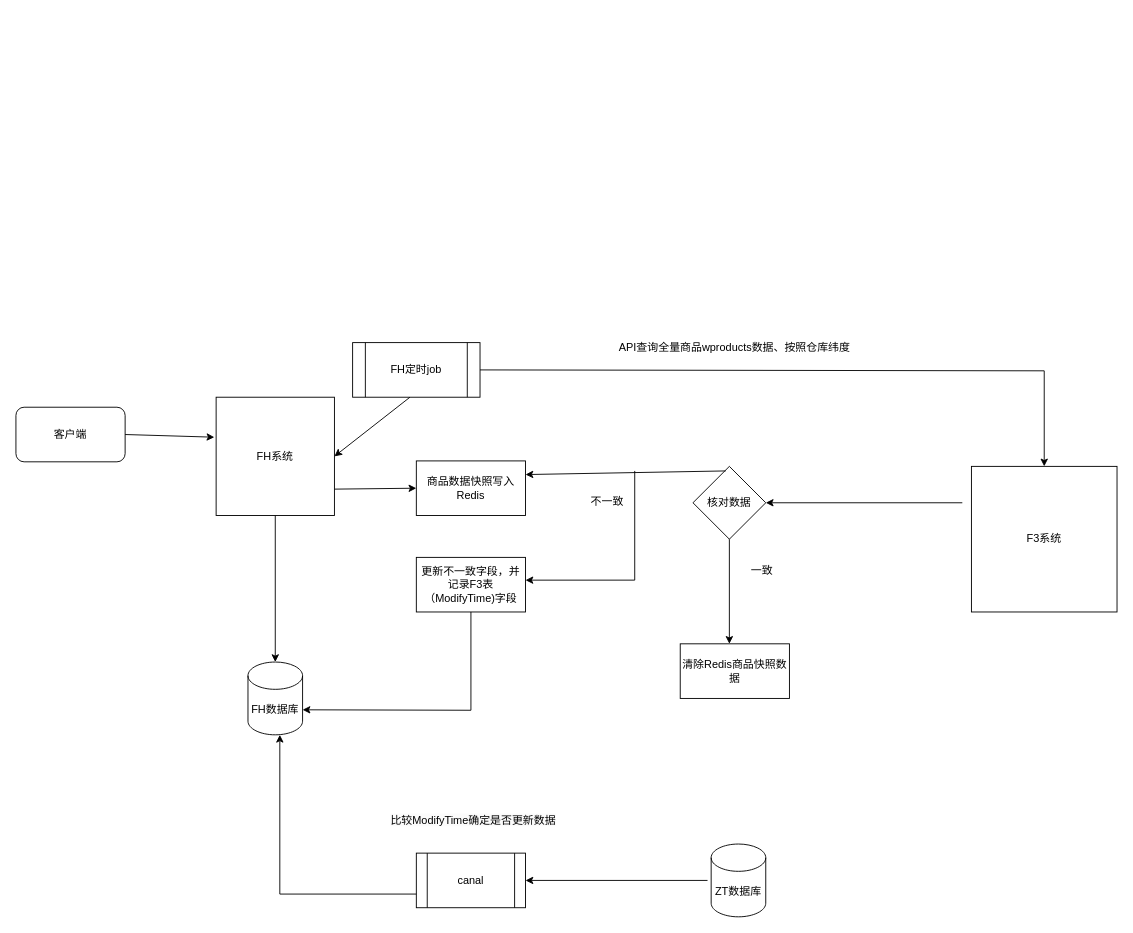
Above: SketchMap/FH校验商品基础数据.drawio in liuyunlong1229/aaa (draw.io), before the change. Source tidied: cells renumbered, new cells numbered last; positions are measured from the earlier drawing's top-left corner, leaving out a move shared by most shapes. Both pictures are drawn from the tidied source at 91%, with x=0, y=0 at pixel (15, 334).
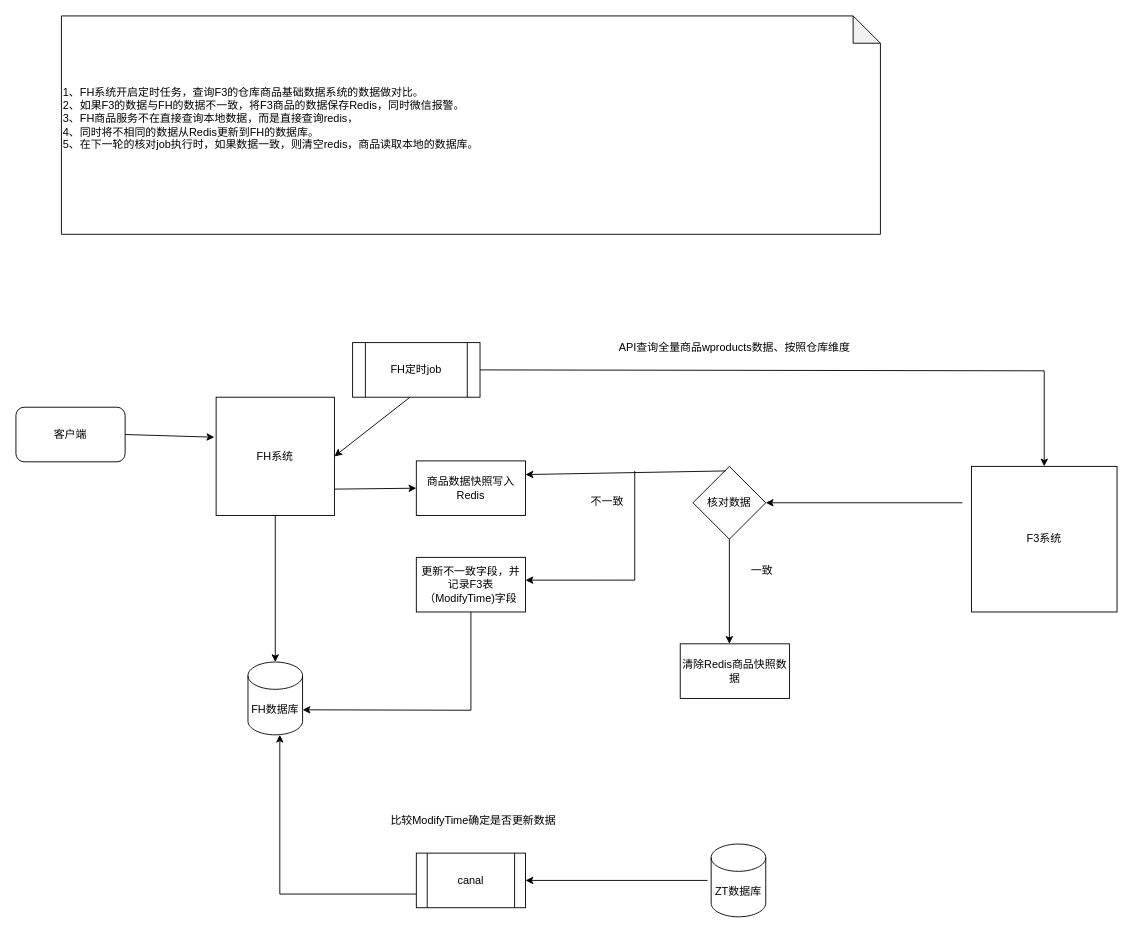
After the change.

Commit message (it also covers changes not shown here):
更新FH校验商品基础数据.drawio

What changed in the source:
```diff
@@
-    <mxCell id="8" value="API查询全量商品wproducts数据、按照仓库纬度" style="text;html=1;align=center;verticalAlign=middle;whiteSpace=wrap;rounded=0;" parent="1" vertex="1">
+    <mxCell id="8" value="API查询全量商品wproducts数据、按照仓库维度" style="text;html=1;align=center;verticalAlign=middle;whiteSpace=wrap;rounded=0;" parent="1" vertex="1">
       <mxGeometry x="640" width="300" height="30" as="geometry" />
     </mxCell>
@@
+    <mxCell id="29" value="&lt;div&gt;&lt;div&gt;&lt;div&gt;1、FH系统开启定时任务，查询F3的仓库商品基础数据系统的数据做对比。&lt;/div&gt;&lt;div&gt;2、如果F3的数据与FH的数据不一致，将F3商品的数据保存Redis，同时微信报警。&lt;/div&gt;&lt;div&gt;3、FH商品服务不在直接查询本地数据，而是直接查询redis，&lt;/div&gt;&lt;div&gt;4、同时将不相同的数据从Redis更新到FH的数据库。&lt;/div&gt;&lt;div&gt;5、在下一轮的核对job执行时，如果数据一致，则清空redis，商品读取本地的数据库。&lt;/div&gt;&lt;/div&gt;&lt;/div&gt;&lt;div&gt;&lt;br&gt;&lt;/div&gt;" style="shape=note;whiteSpace=wrap;html=1;backgroundOutline=1;darkOpacity=0.05;align=left;" parent="1" vertex="1">
+      <mxGeometry x="50" y="-350" width="900" height="240" as="geometry" />
+    </mxCell>
```
